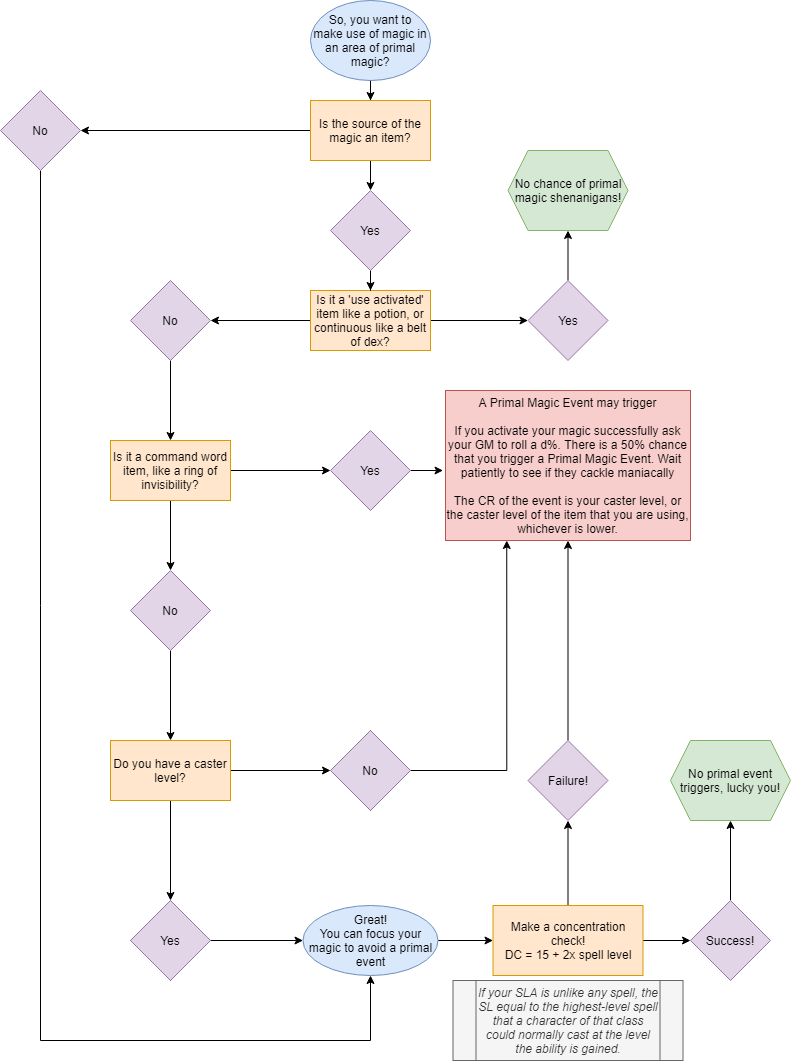
The draw.io diagram Web/src/images/primal_magic_flowchart.png in Yayspam/PFPrimalMagic, before a commit. Source tidied: cells renumbered, new cells last; positions are measured from the earlier drawing's top-left corner, leaving out a move shared by most shapes.
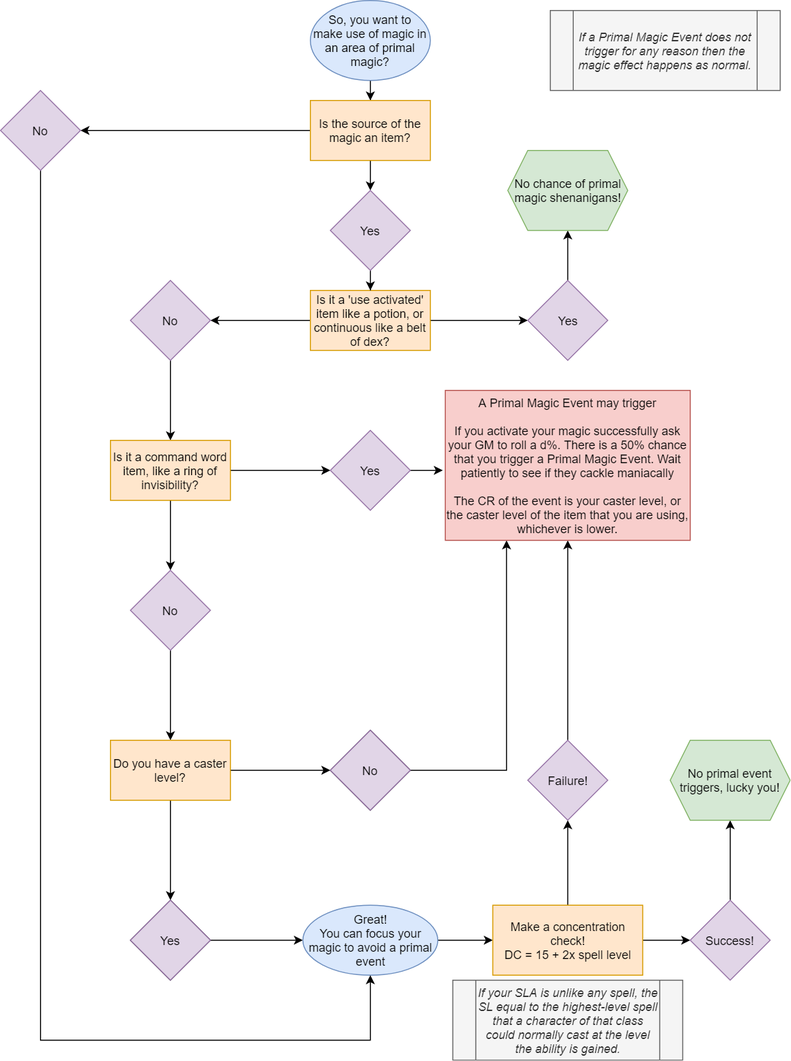
Later version of the same file.

Commit message:
Updated the flowchart image and also updated how the flowchart displays in the dialog so that it uses as much of screen as it can

Change to the diagram source:
```diff
@@ -144,5 +144,8 @@
     <mxCell id="46" value="Yes" style="rhombus;whiteSpace=wrap;html=1;rounded=0;fillColor=#e1d5e7;strokeColor=#9673a6;" parent="1" vertex="1">
       <mxGeometry x="130" y="900" width="80" height="80" as="geometry" />
     </mxCell>
+    <mxCell id="47" value="&lt;i&gt;If a Primal Magic Event does not trigger for any reason then the magic effect happens as normal.&lt;/i&gt;" style="shape=process;whiteSpace=wrap;html=1;backgroundOutline=1;fillColor=#f5f5f5;strokeColor=#666666;fontColor=#333333;" parent="1" vertex="1">
+      <mxGeometry x="550" y="10" width="230" height="80" as="geometry" />
+    </mxCell>
   </root>
 </mxGraphModel>
```
